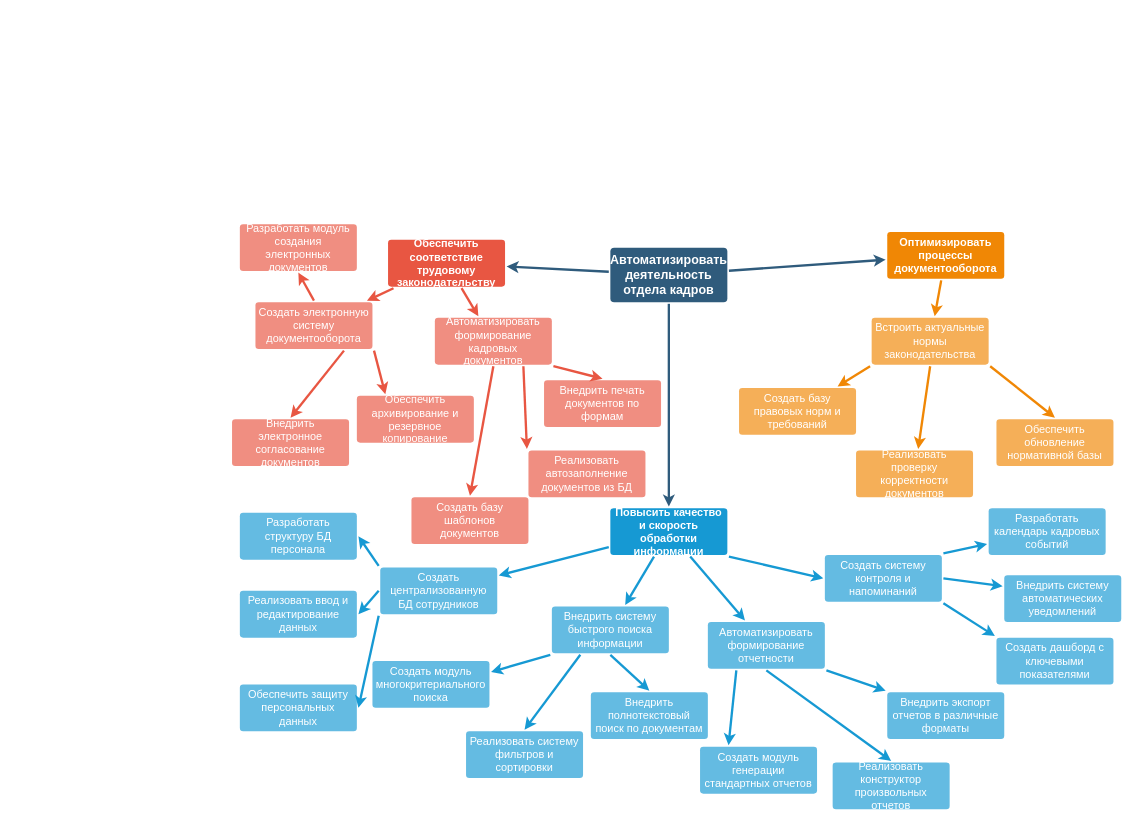
Earlier version of the draw.io diagram page "Page-1" (1 of 10) of Untitled Diagram.drawio (nn80nn/DataBases). Source tidied: cells renumbered, new cells numbered last; positions are measured from the earlier drawing's top-left corner, leaving out a move shared by most shapes. Both pictures are drawn from the tidied source at 78%, with x=0, y=0 at pixel (232, 224).
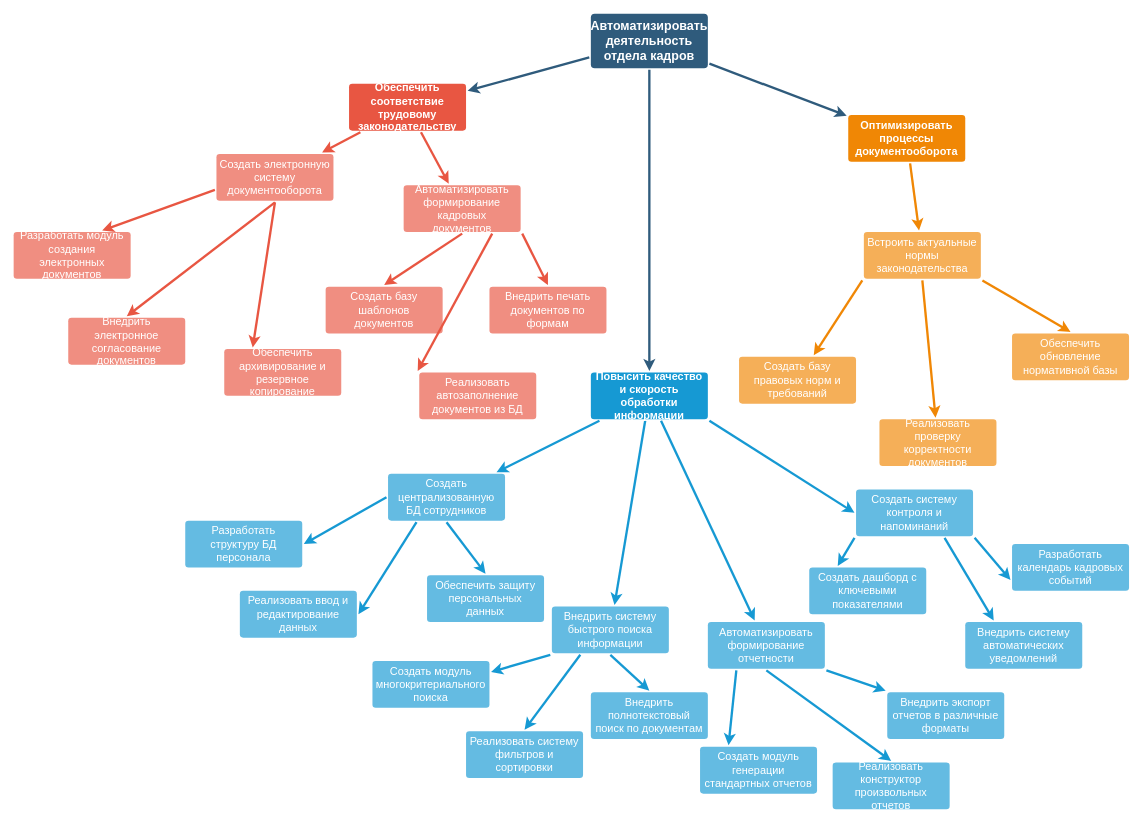
The same page after the edit.

Unchanged cells that the change refers to:
```xml
<mxCell id="40" value="Реализовать ввод и редактирование данных" style="rounded=1;whiteSpace=wrap;html=1;shadow=0;labelBackgroundColor=none;strokeColor=none;strokeWidth=3;fillColor=#64bbe2;fontFamily=Helvetica;fontSize=14;fontColor=#FFFFFF;align=center;spacing=5;arcSize=7;perimeterSpacing=2;" parent="1" vertex="1">
  <mxGeometry x="10" y="470" width="150" height="60" as="geometry" />
</mxCell>
```

The edit, as a diff of the source:
```diff
@@
     <mxCell id="5" value="Автоматизировать деятельность отдела кадров" style="rounded=1;whiteSpace=wrap;html=1;shadow=0;labelBackgroundColor=none;strokeColor=none;strokeWidth=3;fillColor=#2F5B7C;fontFamily=Helvetica;fontSize=16;fontColor=#FFFFFF;align=center;fontStyle=1;spacing=5;arcSize=7;perimeterSpacing=2;" parent="1" vertex="1">
-      <mxGeometry x="485" y="30" width="150" height="70" as="geometry" />
+      <mxGeometry x="460" y="-270" width="150" height="70" as="geometry" />
     </mxCell>
@@
     <mxCell id="8" value="Обеспечить соответствие трудовому законодательству" style="rounded=1;whiteSpace=wrap;html=1;shadow=0;labelBackgroundColor=none;strokeColor=none;strokeWidth=3;fillColor=#e85642;fontFamily=Helvetica;fontSize=14;fontColor=#FFFFFF;align=center;spacing=5;fontStyle=1;arcSize=7;perimeterSpacing=2;" parent="1" vertex="1">
-      <mxGeometry x="200" y="20" width="150" height="60" as="geometry" />
+      <mxGeometry x="150" y="-180" width="150" height="60" as="geometry" />
     </mxCell>
     <mxCell id="9" value="Автоматизировать формирование кадровых документов" style="rounded=1;whiteSpace=wrap;html=1;shadow=0;labelBackgroundColor=none;strokeColor=none;strokeWidth=3;fillColor=#f08e81;fontFamily=Helvetica;fontSize=14;fontColor=#FFFFFF;align=center;spacing=5;fontStyle=0;arcSize=7;perimeterSpacing=2;" parent="1" vertex="1">
-      <mxGeometry x="260" y="120" width="150" height="60" as="geometry" />
+      <mxGeometry x="220" y="-50" width="150" height="60" as="geometry" />
     </mxCell>
     <mxCell id="10" value="Создать электронную систему документооборота" style="rounded=1;whiteSpace=wrap;html=1;shadow=0;labelBackgroundColor=none;strokeColor=none;strokeWidth=3;fillColor=#f08e81;fontFamily=Helvetica;fontSize=14;fontColor=#FFFFFF;align=center;spacing=5;fontStyle=0;arcSize=7;perimeterSpacing=2;" parent="1" vertex="1">
-      <mxGeometry x="30" y="100" width="150" height="60" as="geometry" />
+      <mxGeometry x="-20" y="-90" width="150" height="60" as="geometry" />
     </mxCell>
@@
     <mxCell id="14" value="Повысить качество и скорость обработки информации" style="rounded=1;whiteSpace=wrap;html=1;shadow=0;labelBackgroundColor=none;strokeColor=none;strokeWidth=3;fillColor=#1699d3;fontFamily=Helvetica;fontSize=14;fontColor=#FFFFFF;align=center;spacing=5;fontStyle=1;arcSize=7;perimeterSpacing=2;" parent="1" vertex="1">
-      <mxGeometry x="485" y="364" width="150" height="60" as="geometry" />
+      <mxGeometry x="460" y="190" width="150" height="60" as="geometry" />
     </mxCell>
@@
     <mxCell id="17" value="Создать централизованную БД сотрудников" style="rounded=1;whiteSpace=wrap;html=1;shadow=0;labelBackgroundColor=none;strokeColor=none;strokeWidth=3;fillColor=#64bbe2;fontFamily=Helvetica;fontSize=14;fontColor=#FFFFFF;align=center;spacing=5;arcSize=7;perimeterSpacing=2;" parent="1" vertex="1">
-      <mxGeometry x="190" y="440" width="150" height="60" as="geometry" />
+      <mxGeometry x="200" y="320" width="150" height="60" as="geometry" />
     </mxCell>
     <mxCell id="18" value="Оптимизировать процессы документооборота" style="rounded=1;whiteSpace=wrap;html=1;shadow=0;labelBackgroundColor=none;strokeColor=none;strokeWidth=3;fillColor=#F08705;fontFamily=Helvetica;fontSize=14;fontColor=#FFFFFF;align=center;spacing=5;fontStyle=1;arcSize=7;perimeterSpacing=2;" parent="1" vertex="1">
-      <mxGeometry x="840" y="10" width="150" height="60" as="geometry" />
+      <mxGeometry x="790" y="-140" width="150" height="60" as="geometry" />
     </mxCell>
     <mxCell id="19" value="Реализовать проверку корректности документов" style="rounded=1;whiteSpace=wrap;html=1;shadow=0;labelBackgroundColor=none;strokeColor=none;strokeWidth=3;fillColor=#f5af58;fontFamily=Helvetica;fontSize=14;fontColor=#FFFFFF;align=center;spacing=5;arcSize=7;perimeterSpacing=2;" parent="1" vertex="1">
-      <mxGeometry x="800" y="290" width="150" height="60" as="geometry" />
+      <mxGeometry x="830" y="250" width="150" height="60" as="geometry" />
     </mxCell>
@@
     <mxCell id="21" value="Встроить актуальные нормы законодательства" style="rounded=1;whiteSpace=wrap;html=1;shadow=0;labelBackgroundColor=none;strokeColor=none;strokeWidth=3;fillColor=#f5af58;fontFamily=Helvetica;fontSize=14;fontColor=#FFFFFF;align=center;spacing=5;arcSize=7;perimeterSpacing=2;" parent="1" vertex="1">
-      <mxGeometry x="820" y="120" width="150" height="60" as="geometry" />
+      <mxGeometry x="810" y="10" width="150" height="60" as="geometry" />
     </mxCell>
@@
     <mxCell id="23" value="Создать базу правовых норм и требований" style="rounded=1;whiteSpace=wrap;html=1;shadow=0;labelBackgroundColor=none;strokeColor=none;strokeWidth=3;fillColor=#f5af58;fontFamily=Helvetica;fontSize=14;fontColor=#FFFFFF;align=center;spacing=5;arcSize=7;perimeterSpacing=2;" parent="1" vertex="1">
-      <mxGeometry x="650" y="210" width="150" height="60" as="geometry" />
+      <mxGeometry x="650" y="170" width="150" height="60" as="geometry" />
     </mxCell>
@@
     <mxCell id="25" value="Создать систему контроля и напоминаний" style="rounded=1;whiteSpace=wrap;html=1;shadow=0;labelBackgroundColor=none;strokeColor=none;strokeWidth=3;fillColor=#64bbe2;fontFamily=Helvetica;fontSize=14;fontColor=#FFFFFF;align=center;spacing=5;arcSize=7;perimeterSpacing=2;" parent="1" vertex="1">
-      <mxGeometry x="760" y="424" width="150" height="60" as="geometry" />
+      <mxGeometry x="800" y="340" width="150" height="60" as="geometry" />
     </mxCell>
@@
     <mxCell id="27" value="Разработать модуль создания электронных документов" style="rounded=1;whiteSpace=wrap;html=1;shadow=0;labelBackgroundColor=none;strokeColor=none;strokeWidth=3;fillColor=#f08e81;fontFamily=Helvetica;fontSize=14;fontColor=#FFFFFF;align=center;spacing=5;fontStyle=0;arcSize=7;perimeterSpacing=2;" parent="1" vertex="1">
-      <mxGeometry x="10" width="150" height="60" as="geometry" />
+      <mxGeometry x="-280" y="10" width="150" height="60" as="geometry" />
     </mxCell>
     <mxCell id="28" value="Внедрить электронное согласование документов" style="rounded=1;whiteSpace=wrap;html=1;shadow=0;labelBackgroundColor=none;strokeColor=none;strokeWidth=3;fillColor=#f08e81;fontFamily=Helvetica;fontSize=14;fontColor=#FFFFFF;align=center;spacing=5;fontStyle=0;arcSize=7;perimeterSpacing=2;" parent="1" vertex="1">
-      <mxGeometry y="250" width="150" height="60" as="geometry" />
+      <mxGeometry x="-210" y="120" width="150" height="60" as="geometry" />
     </mxCell>
     <mxCell id="29" value="Обеспечить архивирование и резервное копирование" style="rounded=1;whiteSpace=wrap;html=1;shadow=0;labelBackgroundColor=none;strokeColor=none;strokeWidth=3;fillColor=#f08e81;fontFamily=Helvetica;fontSize=14;fontColor=#FFFFFF;align=center;spacing=5;fontStyle=0;arcSize=7;perimeterSpacing=2;" parent="1" vertex="1">
-      <mxGeometry x="160" y="220" width="150" height="60" as="geometry" />
+      <mxGeometry x="-10" y="160" width="150" height="60" as="geometry" />
     </mxCell>
-    <mxCell id="30" style="edgeStyle=none;rounded=1;jumpStyle=none;html=1;shadow=0;labelBackgroundColor=none;startArrow=none;startFill=0;jettySize=auto;strokeColor=#E85642;strokeWidth=3;fontFamily=Helvetica;fontSize=14;fontColor=#FFFFFF;spacing=5;fontStyle=1;fillColor=#b0e3e6;exitX=0.5;exitY=0;exitDx=0;exitDy=0;entryX=0.5;entryY=1;entryDx=0;entryDy=0;" parent="1" edge="1" source="10" target="27">
+    <mxCell id="30" style="edgeStyle=none;rounded=1;jumpStyle=none;html=1;shadow=0;labelBackgroundColor=none;startArrow=none;startFill=0;jettySize=auto;strokeColor=#E85642;strokeWidth=3;fontFamily=Helvetica;fontSize=14;fontColor=#FFFFFF;spacing=5;fontStyle=1;fillColor=#b0e3e6;exitX=0;exitY=0.75;exitDx=0;exitDy=0;entryX=0.75;entryY=0;entryDx=0;entryDy=0;" parent="1" edge="1" source="10" target="27">
       <mxGeometry relative="1" as="geometry" />
     </mxCell>
-    <mxCell id="31" style="edgeStyle=none;rounded=1;jumpStyle=none;html=1;shadow=0;labelBackgroundColor=none;startArrow=none;startFill=0;jettySize=auto;strokeColor=#E85642;strokeWidth=3;fontFamily=Helvetica;fontSize=14;fontColor=#FFFFFF;spacing=5;fontStyle=1;fillColor=#b0e3e6;entryX=0.5;entryY=0;entryDx=0;entryDy=0;exitX=0.75;exitY=1;exitDx=0;exitDy=0;" parent="1" edge="1" source="10" target="28">
+    <mxCell id="31" style="edgeStyle=none;rounded=1;jumpStyle=none;html=1;shadow=0;labelBackgroundColor=none;startArrow=none;startFill=0;jettySize=auto;strokeColor=#E85642;strokeWidth=3;fontFamily=Helvetica;fontSize=14;fontColor=#FFFFFF;spacing=5;fontStyle=1;fillColor=#b0e3e6;entryX=0.5;entryY=0;entryDx=0;entryDy=0;exitX=0.5;exitY=1;exitDx=0;exitDy=0;" parent="1" edge="1" source="10" target="28">
       <mxGeometry relative="1" as="geometry" />
     </mxCell>
-    <mxCell id="32" style="edgeStyle=none;rounded=1;jumpStyle=none;html=1;shadow=0;labelBackgroundColor=none;startArrow=none;startFill=0;jettySize=auto;strokeColor=#E85642;strokeWidth=3;fontFamily=Helvetica;fontSize=14;fontColor=#FFFFFF;spacing=5;fontStyle=1;fillColor=#b0e3e6;exitX=1;exitY=1;exitDx=0;exitDy=0;entryX=0.25;entryY=0;entryDx=0;entryDy=0;" parent="1" edge="1" source="10" target="29">
+    <mxCell id="32" style="edgeStyle=none;rounded=1;jumpStyle=none;html=1;shadow=0;labelBackgroundColor=none;startArrow=none;startFill=0;jettySize=auto;strokeColor=#E85642;strokeWidth=3;fontFamily=Helvetica;fontSize=14;fontColor=#FFFFFF;spacing=5;fontStyle=1;fillColor=#b0e3e6;exitX=0.5;exitY=1;exitDx=0;exitDy=0;entryX=0.25;entryY=0;entryDx=0;entryDy=0;" parent="1" edge="1" source="10" target="29">
       <mxGeometry relative="1" as="geometry" />
     </mxCell>
     <mxCell id="33" value="Внедрить печать документов по формам" style="rounded=1;whiteSpace=wrap;html=1;shadow=0;labelBackgroundColor=none;strokeColor=none;strokeWidth=3;fillColor=#f08e81;fontFamily=Helvetica;fontSize=14;fontColor=#FFFFFF;align=center;spacing=5;fontStyle=0;arcSize=7;perimeterSpacing=2;" parent="1" vertex="1">
-      <mxGeometry x="400" y="200" width="150" height="60" as="geometry" />
+      <mxGeometry x="330" y="80" width="150" height="60" as="geometry" />
     </mxCell>
     <mxCell id="34" value="Реализовать автозаполнение документов из БД" style="rounded=1;whiteSpace=wrap;html=1;shadow=0;labelBackgroundColor=none;strokeColor=none;strokeWidth=3;fillColor=#f08e81;fontFamily=Helvetica;fontSize=14;fontColor=#FFFFFF;align=center;spacing=5;fontStyle=0;arcSize=7;perimeterSpacing=2;" parent="1" vertex="1">
-      <mxGeometry x="380" y="290" width="150" height="60" as="geometry" />
+      <mxGeometry x="240" y="190" width="150" height="60" as="geometry" />
     </mxCell>
     <mxCell id="35" value="Создать базу шаблонов документов" style="rounded=1;whiteSpace=wrap;html=1;shadow=0;labelBackgroundColor=none;strokeColor=none;strokeWidth=3;fillColor=#f08e81;fontFamily=Helvetica;fontSize=14;fontColor=#FFFFFF;align=center;spacing=5;fontStyle=0;arcSize=7;perimeterSpacing=2;" parent="1" vertex="1">
-      <mxGeometry x="230" y="350" width="150" height="60" as="geometry" />
+      <mxGeometry x="120" y="80" width="150" height="60" as="geometry" />
     </mxCell>
@@
     <mxCell id="39" value="Обеспечить защиту персональных данных" style="rounded=1;whiteSpace=wrap;html=1;shadow=0;labelBackgroundColor=none;strokeColor=none;strokeWidth=3;fillColor=#64bbe2;fontFamily=Helvetica;fontSize=14;fontColor=#FFFFFF;align=center;spacing=5;arcSize=7;perimeterSpacing=2;" parent="1" vertex="1">
-      <mxGeometry x="10" y="590" width="150" height="60" as="geometry" />
+      <mxGeometry x="250" y="450" width="150" height="60" as="geometry" />
     </mxCell>
@@
     <mxCell id="41" value="Разработать структуру БД персонала" style="rounded=1;whiteSpace=wrap;html=1;shadow=0;labelBackgroundColor=none;strokeColor=none;strokeWidth=3;fillColor=#64bbe2;fontFamily=Helvetica;fontSize=14;fontColor=#FFFFFF;align=center;spacing=5;arcSize=7;perimeterSpacing=2;" parent="1" vertex="1">
-      <mxGeometry x="10" y="370" width="150" height="60" as="geometry" />
+      <mxGeometry x="-60" y="380" width="150" height="60" as="geometry" />
     </mxCell>
-    <mxCell id="42" style="edgeStyle=none;rounded=0;jumpStyle=none;html=1;shadow=0;labelBackgroundColor=none;startArrow=none;startFill=0;endArrow=classic;endFill=1;jettySize=auto;strokeColor=#1699D3;strokeWidth=3;fontFamily=Helvetica;fontSize=14;fontColor=#FFFFFF;spacing=5;entryX=1;entryY=0.5;entryDx=0;entryDy=0;exitX=0;exitY=0;exitDx=0;exitDy=0;" parent="1" edge="1" source="17" target="41">
+    <mxCell id="42" style="edgeStyle=none;rounded=0;jumpStyle=none;html=1;shadow=0;labelBackgroundColor=none;startArrow=none;startFill=0;endArrow=classic;endFill=1;jettySize=auto;strokeColor=#1699D3;strokeWidth=3;fontFamily=Helvetica;fontSize=14;fontColor=#FFFFFF;spacing=5;entryX=1;entryY=0.5;entryDx=0;entryDy=0;exitX=0;exitY=0.5;exitDx=0;exitDy=0;" parent="1" edge="1" source="17" target="41">
       <mxGeometry relative="1" as="geometry" />
     </mxCell>
-    <mxCell id="43" style="edgeStyle=none;rounded=0;jumpStyle=none;html=1;shadow=0;labelBackgroundColor=none;startArrow=none;startFill=0;endArrow=classic;endFill=1;jettySize=auto;strokeColor=#1699D3;strokeWidth=3;fontFamily=Helvetica;fontSize=14;fontColor=#FFFFFF;spacing=5;entryX=1;entryY=0.5;entryDx=0;entryDy=0;exitX=0;exitY=0.5;exitDx=0;exitDy=0;" parent="1" edge="1" source="17" target="40">
+    <mxCell id="43" style="edgeStyle=none;rounded=0;jumpStyle=none;html=1;shadow=0;labelBackgroundColor=none;startArrow=none;startFill=0;endArrow=classic;endFill=1;jettySize=auto;strokeColor=#1699D3;strokeWidth=3;fontFamily=Helvetica;fontSize=14;fontColor=#FFFFFF;spacing=5;entryX=1;entryY=0.5;entryDx=0;entryDy=0;exitX=0.25;exitY=1;exitDx=0;exitDy=0;" parent="1" edge="1" source="17" target="40">
       <mxGeometry relative="1" as="geometry" />
     </mxCell>
-    <mxCell id="44" style="edgeStyle=none;rounded=0;jumpStyle=none;html=1;shadow=0;labelBackgroundColor=none;startArrow=none;startFill=0;endArrow=classic;endFill=1;jettySize=auto;strokeColor=#1699D3;strokeWidth=3;fontFamily=Helvetica;fontSize=14;fontColor=#FFFFFF;spacing=5;entryX=1;entryY=0.5;entryDx=0;entryDy=0;exitX=0;exitY=1;exitDx=0;exitDy=0;" parent="1" edge="1" source="17" target="39">
+    <mxCell id="44" style="edgeStyle=none;rounded=0;jumpStyle=none;html=1;shadow=0;labelBackgroundColor=none;startArrow=none;startFill=0;endArrow=classic;endFill=1;jettySize=auto;strokeColor=#1699D3;strokeWidth=3;fontFamily=Helvetica;fontSize=14;fontColor=#FFFFFF;spacing=5;entryX=0.5;entryY=0;entryDx=0;entryDy=0;exitX=0.5;exitY=1;exitDx=0;exitDy=0;" parent="1" edge="1" source="17" target="39">
       <mxGeometry relative="1" as="geometry" />
     </mxCell>
@@
     <mxCell id="57" value="Создать дашборд с ключевыми показателями" style="rounded=1;whiteSpace=wrap;html=1;shadow=0;labelBackgroundColor=none;strokeColor=none;strokeWidth=3;fillColor=#64bbe2;fontFamily=Helvetica;fontSize=14;fontColor=#FFFFFF;align=center;spacing=5;arcSize=7;perimeterSpacing=2;" parent="1" vertex="1">
-      <mxGeometry x="980" y="530" width="150" height="60" as="geometry" />
+      <mxGeometry x="740" y="440" width="150" height="60" as="geometry" />
     </mxCell>
     <mxCell id="58" value="Внедрить систему автоматических уведомлений" style="rounded=1;whiteSpace=wrap;html=1;shadow=0;labelBackgroundColor=none;strokeColor=none;strokeWidth=3;fillColor=#64bbe2;fontFamily=Helvetica;fontSize=14;fontColor=#FFFFFF;align=center;spacing=5;arcSize=7;perimeterSpacing=2;" parent="1" vertex="1">
-      <mxGeometry x="990" y="450" width="150" height="60" as="geometry" />
+      <mxGeometry x="940" y="510" width="150" height="60" as="geometry" />
     </mxCell>
     <mxCell id="59" value="Разработать календарь кадровых событий" style="rounded=1;whiteSpace=wrap;html=1;shadow=0;labelBackgroundColor=none;strokeColor=none;strokeWidth=3;fillColor=#64bbe2;fontFamily=Helvetica;fontSize=14;fontColor=#FFFFFF;align=center;spacing=5;arcSize=7;perimeterSpacing=2;" parent="1" vertex="1">
-      <mxGeometry x="970" y="364" width="150" height="60" as="geometry" />
+      <mxGeometry x="1000" y="410" width="150" height="60" as="geometry" />
     </mxCell>
-    <mxCell id="60" style="edgeStyle=none;rounded=0;jumpStyle=none;html=1;shadow=0;labelBackgroundColor=none;startArrow=none;startFill=0;endArrow=classic;endFill=1;jettySize=auto;strokeColor=#1699D3;strokeWidth=3;fontFamily=Helvetica;fontSize=14;fontColor=#FFFFFF;spacing=5;exitX=1;exitY=0;exitDx=0;exitDy=0;entryX=0;entryY=0.75;entryDx=0;entryDy=0;" parent="1" edge="1" source="25" target="59">
+    <mxCell id="60" style="edgeStyle=none;rounded=0;jumpStyle=none;html=1;shadow=0;labelBackgroundColor=none;startArrow=none;startFill=0;endArrow=classic;endFill=1;jettySize=auto;strokeColor=#1699D3;strokeWidth=3;fontFamily=Helvetica;fontSize=14;fontColor=#FFFFFF;spacing=5;exitX=1;exitY=1;exitDx=0;exitDy=0;entryX=0;entryY=0.75;entryDx=0;entryDy=0;" parent="1" edge="1" source="25" target="59">
       <mxGeometry relative="1" as="geometry" />
     </mxCell>
-    <mxCell id="61" style="edgeStyle=none;rounded=0;jumpStyle=none;html=1;shadow=0;labelBackgroundColor=none;startArrow=none;startFill=0;endArrow=classic;endFill=1;jettySize=auto;strokeColor=#1699D3;strokeWidth=3;fontFamily=Helvetica;fontSize=14;fontColor=#FFFFFF;spacing=5;exitX=1;exitY=0.5;exitDx=0;exitDy=0;entryX=0;entryY=0.25;entryDx=0;entryDy=0;" parent="1" edge="1" source="25" target="58">
+    <mxCell id="61" style="edgeStyle=none;rounded=0;jumpStyle=none;html=1;shadow=0;labelBackgroundColor=none;startArrow=none;startFill=0;endArrow=classic;endFill=1;jettySize=auto;strokeColor=#1699D3;strokeWidth=3;fontFamily=Helvetica;fontSize=14;fontColor=#FFFFFF;spacing=5;exitX=0.75;exitY=1;exitDx=0;exitDy=0;entryX=0.25;entryY=0;entryDx=0;entryDy=0;" parent="1" edge="1" source="25" target="58">
       <mxGeometry relative="1" as="geometry" />
     </mxCell>
-    <mxCell id="62" style="edgeStyle=none;rounded=0;jumpStyle=none;html=1;shadow=0;labelBackgroundColor=none;startArrow=none;startFill=0;endArrow=classic;endFill=1;jettySize=auto;strokeColor=#1699D3;strokeWidth=3;fontFamily=Helvetica;fontSize=14;fontColor=#FFFFFF;spacing=5;exitX=1;exitY=1;exitDx=0;exitDy=0;entryX=0;entryY=0;entryDx=0;entryDy=0;" parent="1" edge="1" source="25" target="57">
+    <mxCell id="62" style="edgeStyle=none;rounded=0;jumpStyle=none;html=1;shadow=0;labelBackgroundColor=none;startArrow=none;startFill=0;endArrow=classic;endFill=1;jettySize=auto;strokeColor=#1699D3;strokeWidth=3;fontFamily=Helvetica;fontSize=14;fontColor=#FFFFFF;spacing=5;exitX=0;exitY=1;exitDx=0;exitDy=0;entryX=0.25;entryY=0;entryDx=0;entryDy=0;" parent="1" edge="1" source="25" target="57">
       <mxGeometry relative="1" as="geometry" />
     </mxCell>
     <mxCell id="63" value="Обеспечить обновление нормативной базы" style="rounded=1;whiteSpace=wrap;html=1;shadow=0;labelBackgroundColor=none;strokeColor=none;strokeWidth=3;fillColor=#f5af58;fontFamily=Helvetica;fontSize=14;fontColor=#FFFFFF;align=center;spacing=5;arcSize=7;perimeterSpacing=2;" parent="1" vertex="1">
-      <mxGeometry x="980" y="250" width="150" height="60" as="geometry" />
+      <mxGeometry x="1000" y="140" width="150" height="60" as="geometry" />
     </mxCell>
```
